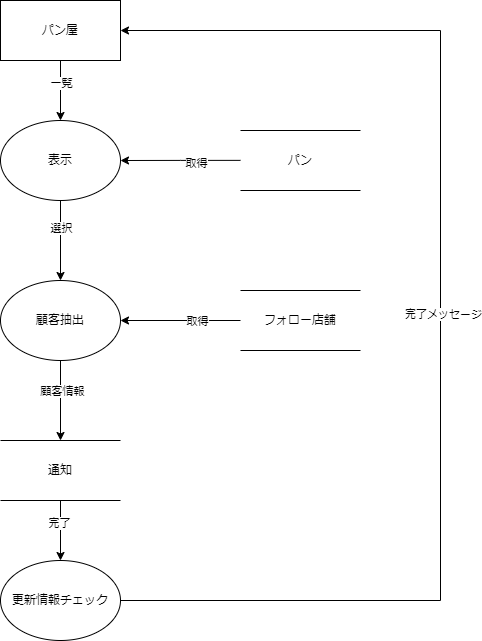
The draw.io diagram DFD/通知送信.drawio.png in Pyama1013/Sotsu.Gamen, before a commit. Source tidied: cells renumbered, new cells last; positions are measured from the earlier drawing's top-left corner, leaving out a move shared by most shapes.
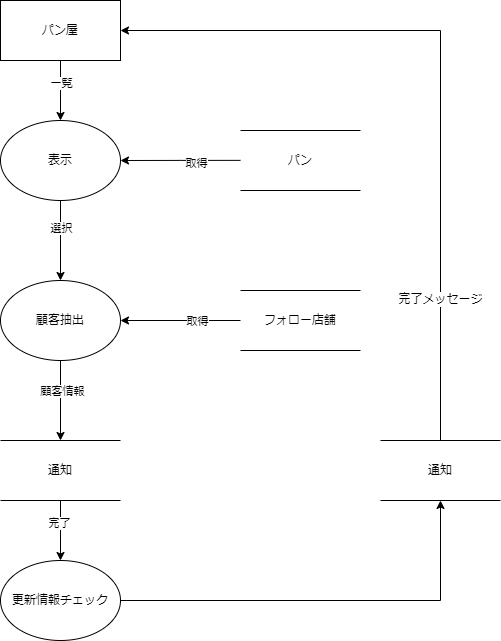
After the commit.

Commit message:
通知送信.drawio.png を更新します

Diff of the diagram source:
```diff
@@ -49,20 +49,12 @@
     <mxCell id="16" value="完了" style="edgeLabel;html=1;align=center;verticalAlign=middle;" parent="15" vertex="1">
       <mxGeometry x="-0.28" y="-2" relative="1" as="geometry" />
     </mxCell>
+    <mxCell id="23" style="edgeStyle=orthogonalEdgeStyle;rounded=0;jettySize=auto;html=1;exitX=1;exitY=0.5;exitDx=0;exitDy=0;entryX=0.5;entryY=1;entryDx=0;entryDy=0;fontSize=12;" parent="1" edge="1" source="17" target="25">
+      <mxGeometry relative="1" as="geometry" />
+    </mxCell>
     <mxCell id="17" value="更新情報チェック" style="ellipse;whiteSpace=wrap;html=1;" parent="1" vertex="1">
       <mxGeometry y="560" width="120" height="80" as="geometry" />
     </mxCell>
-    <mxCell id="18" style="edgeStyle=orthogonalEdgeStyle;rounded=0;jettySize=auto;html=1;entryX=1;entryY=0.5;entryDx=0;entryDy=0;exitX=1;exitY=0.5;exitDx=0;exitDy=0;" parent="1" edge="1" source="17" target="4">
-      <mxGeometry relative="1" as="geometry">
-        <Array as="points">
-          <mxPoint x="440" y="600" />
-          <mxPoint x="440" y="30" />
-        </Array>
-      </mxGeometry>
-    </mxCell>
-    <mxCell id="19" value="完了メッセージ" style="edgeLabel;html=1;align=center;verticalAlign=middle;" parent="18" vertex="1">
-      <mxGeometry y="-2" relative="1" as="geometry" />
-    </mxCell>
     <mxCell id="20" value="通知" style="shape=partialRectangle;whiteSpace=wrap;html=1;left=0;right=0;fillColor=none;" parent="1" vertex="1">
       <mxGeometry y="440" width="120" height="60" as="geometry" />
     </mxCell>
@@ -72,5 +64,14 @@
     <mxCell id="22" value="パン" style="shape=partialRectangle;whiteSpace=wrap;html=1;left=0;right=0;fillColor=none;" parent="1" vertex="1">
       <mxGeometry x="240" y="130" width="120" height="60" as="geometry" />
     </mxCell>
+    <mxCell id="24" style="edgeStyle=orthogonalEdgeStyle;rounded=0;jettySize=auto;html=1;exitX=0.5;exitY=0;exitDx=0;exitDy=0;entryX=1;entryY=0.5;entryDx=0;entryDy=0;fontSize=12;" parent="1" edge="1" source="25" target="4">
+      <mxGeometry relative="1" as="geometry" />
+    </mxCell>
+    <mxCell id="19" value="完了メッセージ" style="edgeLabel;html=1;align=center;verticalAlign=middle;fontSize=12;" parent="24" vertex="1">
+      <mxGeometry x="-0.61" y="1" relative="1" as="geometry" />
+    </mxCell>
+    <mxCell id="25" value="通知" style="shape=partialRectangle;whiteSpace=wrap;html=1;left=0;right=0;fillColor=none;fontSize=12;" parent="1" vertex="1">
+      <mxGeometry x="380" y="440" width="120" height="60" as="geometry" />
+    </mxCell>
   </root>
 </mxGraphModel>
```
